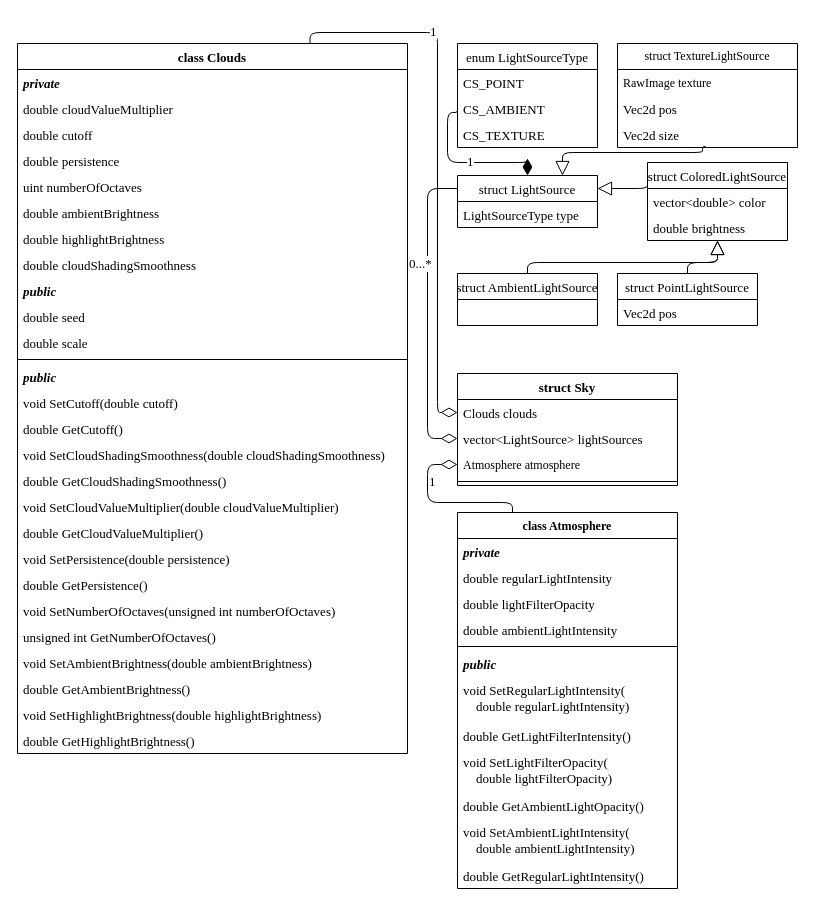
Above: page "Sky" (2 of 8) of Docs/Class diagrams.drawio in SpatiumOwl/ComplexSky-2.0 (draw.io), before the change. Source tidied: cells renumbered, new cells numbered last; positions are measured from the earlier drawing's top-left corner, leaving out a move shared by most shapes. Both pictures are drawn from the tidied source at 100%, with x=0, y=0 at pixel (17, 32).
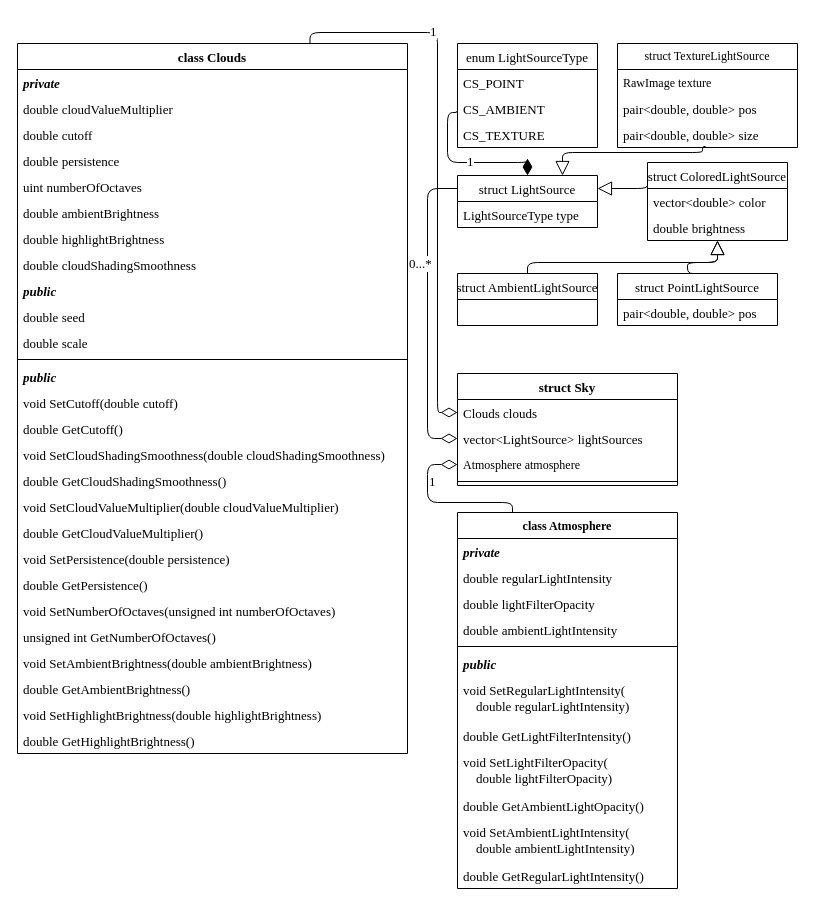
After the change.

Unchanged cells that the change refers to:
```xml
<mxCell id="67" value="struct TextureLightSource" style="swimlane;fontStyle=0;horizontal=1;startSize=26;fillColor=none;whiteSpace=wrap;html=1;fontFamily=Times New Roman;" parent="1" vertex="1">
  <mxGeometry x="600" y="11" width="180" height="104" as="geometry" />
</mxCell>
```

Change to the diagram source:
```diff
@@
     <mxCell id="13" value="struct PointLightSource" style="swimlane;fontStyle=0;horizontal=1;startSize=26;fillColor=none;fontFamily=Times New Roman;fontSize=13;" parent="1" vertex="1">
-      <mxGeometry x="600" y="241" width="140" height="52" as="geometry" />
+      <mxGeometry x="600" y="241" width="160" height="52" as="geometry" />
     </mxCell>
-    <mxCell id="14" value="Vec2d pos" style="text;strokeColor=none;fillColor=none;align=left;verticalAlign=top;spacingLeft=4;spacingRight=4;overflow=hidden;fontFamily=Times New Roman;fontSize=13;" parent="13" vertex="1">
-      <mxGeometry y="26" width="140" height="26" as="geometry" />
+    <mxCell id="14" value="pair&lt;double, double&gt; pos" style="text;strokeColor=none;fillColor=none;align=left;verticalAlign=top;spacingLeft=4;spacingRight=4;overflow=hidden;fontFamily=Times New Roman;fontSize=13;" parent="13" vertex="1">
+      <mxGeometry y="26" width="160" height="26" as="geometry" />
     </mxCell>
@@
-    <mxCell id="69" value="Vec2d pos" style="text;strokeColor=none;fillColor=none;align=left;verticalAlign=top;spacingLeft=4;spacingRight=4;overflow=hidden;fontFamily=Times New Roman;fontSize=13;" parent="67" vertex="1">
+    <mxCell id="69" value="pair&lt;double, double&gt; pos" style="text;strokeColor=none;fillColor=none;align=left;verticalAlign=top;spacingLeft=4;spacingRight=4;overflow=hidden;fontFamily=Times New Roman;fontSize=13;" parent="67" vertex="1">
       <mxGeometry y="52" width="180" height="26" as="geometry" />
     </mxCell>
-    <mxCell id="70" value="Vec2d size" style="text;strokeColor=none;fillColor=none;align=left;verticalAlign=top;spacingLeft=4;spacingRight=4;overflow=hidden;points=[[0,0.5],[1,0.5]];portConstraint=eastwest;fontFamily=Times New Roman;fontSize=13;" parent="67" vertex="1">
+    <mxCell id="70" value="pair&lt;double, double&gt; size" style="text;strokeColor=none;fillColor=none;align=left;verticalAlign=top;spacingLeft=4;spacingRight=4;overflow=hidden;points=[[0,0.5],[1,0.5]];portConstraint=eastwest;fontFamily=Times New Roman;fontSize=13;" parent="67" vertex="1">
       <mxGeometry y="78" width="180" height="26" as="geometry" />
     </mxCell>
```
